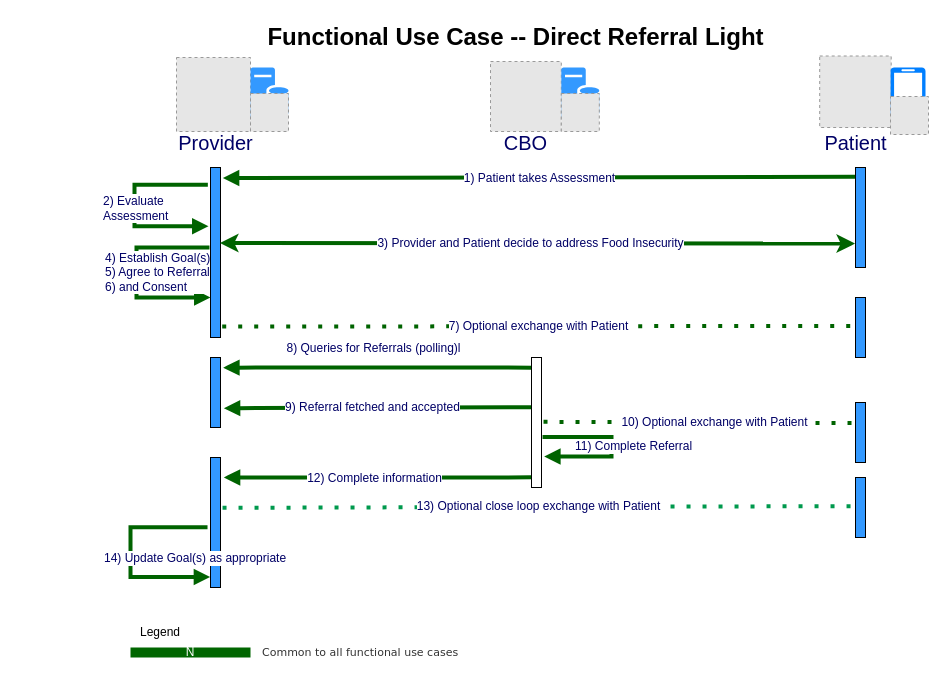
HL7/fhir-sdoh-clinicalcare keeps this draw.io diagram as Images Source/FunctionalUseCaseFlowDirectLightReferral3.drawio. Above is the earlier version. Source tidied: cells renumbered, new cells numbered last; positions are measured from the earlier drawing's top-left corner, leaving out a move shared by most shapes. Both pictures are drawn from the tidied source at 100%, with x=0, y=0 at pixel (130, 17). Pictures stored in the file or linked from it are replaced by grey dashed boxes.
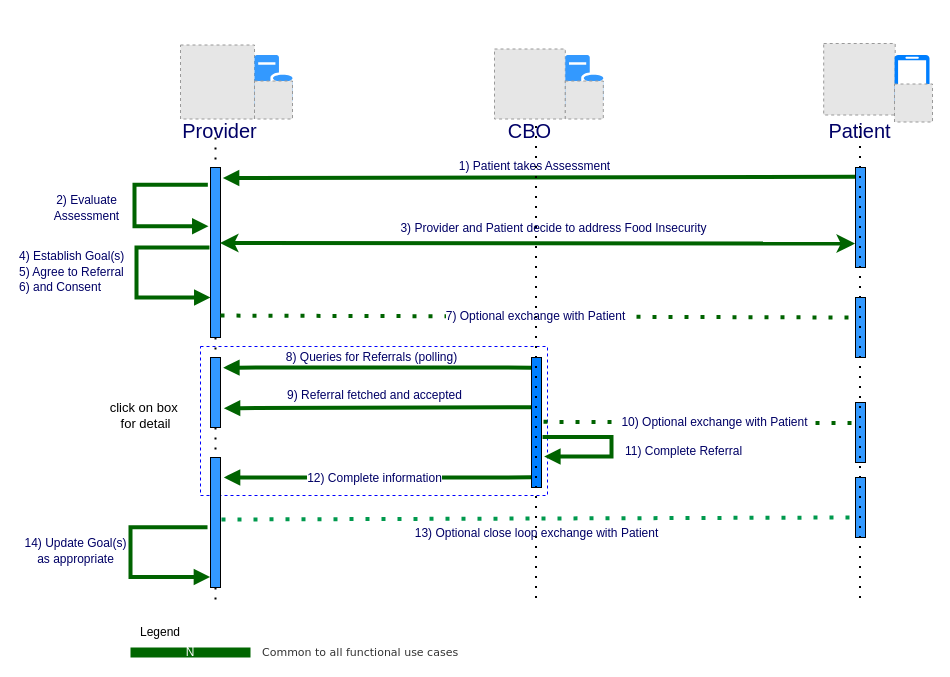
The same diagram, later.

Unchanged cells that the change refers to:
```xml
<mxCell id="4" style="html=1;points=[];perimeter=orthogonalPerimeter;fillColor=#3399FF;fontColor=#000066;" parent="1" vertex="1">
  <mxGeometry x="80" y="150" width="10" height="170" as="geometry" />
</mxCell>
<mxCell id="9" style="html=1;points=[];perimeter=orthogonalPerimeter;fillColor=#3399FF;fontColor=#000066;" parent="1" vertex="1">
  <mxGeometry x="725" y="150" width="10" height="100" as="geometry" />
</mxCell>
<mxCell id="18" style="html=1;points=[];perimeter=orthogonalPerimeter;fillColor=#3399FF;fontColor=#000066;" parent="1" vertex="1">
  <mxGeometry x="80" y="340" width="10" height="70" as="geometry" />
</mxCell>
<mxCell id="19" style="html=1;points=[];perimeter=orthogonalPerimeter;fillColor=#3399FF;fontColor=#000066;" parent="1" vertex="1">
  <mxGeometry x="80" y="440" width="10" height="130" as="geometry" />
</mxCell>
<mxCell id="23" style="html=1;points=[];perimeter=orthogonalPerimeter;fillColor=#3399FF;fontColor=#000066;" parent="1" vertex="1">
  <mxGeometry x="725" y="280" width="10" height="60" as="geometry" />
</mxCell>
<mxCell id="24" style="html=1;points=[];perimeter=orthogonalPerimeter;fillColor=#3399FF;fontColor=#000066;" parent="1" vertex="1">
  <mxGeometry x="725" y="460" width="10" height="60" as="geometry" />
</mxCell>
```

Diff of the diagram source:
```diff
@@
-    <mxCell id="2" value="Functional Use Case -- Direct Referral Light" style="text;strokeColor=none;fillColor=none;html=1;fontSize=24;fontStyle=1;verticalAlign=middle;align=center;" parent="1" vertex="1">
-      <mxGeometry x="120" width="530" height="40" as="geometry" />
-    </mxCell>
+    <mxCell id="41" style="endArrow=none;dashed=1;html=1;rounded=0;dashPattern=1 4;fontSize=13;strokeWidth=2;" parent="1" edge="1">
+      <mxGeometry relative="1" as="geometry">
+        <mxPoint x="85" y="582" as="sourcePoint" />
+        <mxPoint x="85" y="108" as="targetPoint" />
+      </mxGeometry>
+    </mxCell>
+    <mxCell id="42" style="rounded=0;whiteSpace=wrap;html=1;fontSize=13;strokeWidth=1;fillColor=none;dashed=1;strokeColor=#0000FF;" parent="1" vertex="1">
+      <mxGeometry x="70" y="329" width="347" height="149" as="geometry" />
+    </mxCell>
-    <mxCell id="3" value="2) Evaluate &lt;br style=&quot;font-size: 12px;&quot;&gt;Assessment" style="edgeStyle=orthogonalEdgeStyle;html=1;align=left;spacingLeft=2;endArrow=block;rounded=0;strokeColor=#006300;fontColor=#000066;exitX=-0.265;exitY=0.102;exitDx=0;exitDy=0;exitPerimeter=0;entryX=-0.2;entryY=0.346;entryDx=0;entryDy=0;entryPerimeter=0;fontSize=12;strokeWidth=4;" parent="1" edge="1" source="4" target="4">
+    <mxCell id="3" style="edgeStyle=orthogonalEdgeStyle;html=1;align=left;spacingLeft=2;endArrow=block;rounded=0;strokeColor=#006300;fontColor=#000066;exitX=-0.265;exitY=0.102;exitDx=0;exitDy=0;exitPerimeter=0;entryX=-0.2;entryY=0.346;entryDx=0;entryDy=0;entryPerimeter=0;fontSize=12;strokeWidth=4;" parent="1" edge="1" source="4" target="4">
       <mxGeometry x="0.03" y="-35" relative="1" as="geometry">
         <Array as="points">
           <mxPoint x="4" y="167" />
           <mxPoint x="4" y="209" />
         </Array>
       </mxGeometry>
     </mxCell>
@@
-    <mxCell id="5" value="&lt;span style=&quot;font-size: 12px&quot;&gt;1) Patient takes Assessment&lt;br style=&quot;font-size: 12px;&quot;&gt;&lt;/span&gt;" style="html=1;verticalAlign=bottom;endArrow=block;strokeColor=#006300;fontColor=#000066;entryX=1.237;entryY=0.062;entryDx=0;entryDy=0;entryPerimeter=0;exitX=-0.014;exitY=0.092;exitDx=0;exitDy=0;exitPerimeter=0;fontSize=12;strokeWidth=4;" parent="1" edge="1" source="9" target="4">
+    <mxCell id="5" value="&lt;span style=&quot;font-size: 12px&quot;&gt;&lt;br style=&quot;font-size: 12px;&quot;&gt;&lt;/span&gt;" style="html=1;verticalAlign=bottom;endArrow=block;strokeColor=#006300;fontColor=#000066;entryX=1.237;entryY=0.062;entryDx=0;entryDy=0;entryPerimeter=0;exitX=-0.014;exitY=0.092;exitDx=0;exitDy=0;exitPerimeter=0;fontSize=12;strokeWidth=4;" parent="1" edge="1" source="9" target="4">
       <mxGeometry y="10" relative="1" as="geometry" />
     </mxCell>
-    <mxCell id="6" value="&lt;span style=&quot;font-size: 12px&quot;&gt;8) Queries for Referrals (polling)l&lt;br style=&quot;font-size: 12px;&quot;&gt;&lt;/span&gt;" style="html=1;verticalAlign=bottom;endArrow=block;strokeColor=#006300;fontColor=#000066;entryX=1.269;entryY=0.145;entryDx=0;entryDy=0;entryPerimeter=0;exitX=0.059;exitY=0.078;exitDx=0;exitDy=0;exitPerimeter=0;fontSize=12;strokeWidth=4;" parent="1" edge="1" source="21" target="18">
-      <mxGeometry x="0.03" y="-10" relative="1" as="geometry">
+    <mxCell id="6" value="&lt;span style=&quot;font-size: 12px&quot;&gt;&lt;br style=&quot;font-size: 12px;&quot;&gt;&lt;/span&gt;" style="html=1;verticalAlign=bottom;endArrow=block;strokeColor=#006300;fontColor=#000066;entryX=1.269;entryY=0.145;entryDx=0;entryDy=0;entryPerimeter=0;exitX=0.059;exitY=0.078;exitDx=0;exitDy=0;exitPerimeter=0;fontSize=12;strokeWidth=4;" parent="1" edge="1" source="21" target="18">
+      <mxGeometry x="-0.15" y="-20" relative="1" as="geometry">
         <Array as="points">
           <mxPoint x="250" y="350" />
         </Array>
       </mxGeometry>
     </mxCell>
-    <mxCell id="7" value="&lt;span style=&quot;font-size: 12px&quot;&gt;9) Referral fetched and accepted&lt;/span&gt;" style="html=1;verticalAlign=bottom;endArrow=block;strokeColor=#006300;fontColor=#000066;entryX=1.335;entryY=0.724;entryDx=0;entryDy=0;entryPerimeter=0;exitX=0.027;exitY=0.382;exitDx=0;exitDy=0;exitPerimeter=0;fontSize=12;strokeWidth=4;" parent="1" edge="1" source="21" target="18">
+    <mxCell id="7" style="html=1;verticalAlign=bottom;endArrow=block;strokeColor=#006300;fontColor=#000066;entryX=1.335;entryY=0.724;entryDx=0;entryDy=0;entryPerimeter=0;exitX=0.027;exitY=0.382;exitDx=0;exitDy=0;exitPerimeter=0;fontSize=12;strokeWidth=4;" parent="1" edge="1" source="21" target="18">
       <mxGeometry x="0.03" y="9" relative="1" as="geometry" />
     </mxCell>
@@
-    <mxCell id="10" value="4) Establish Goal(s)&lt;br style=&quot;font-size: 12px;&quot;&gt;5) Agree to Referral&lt;br style=&quot;font-size: 12px;&quot;&gt;6) and Consent" style="edgeStyle=orthogonalEdgeStyle;html=1;align=left;spacingLeft=2;endArrow=block;rounded=0;strokeColor=#006300;fontColor=#000066;exitX=-0.102;exitY=0.471;exitDx=0;exitDy=0;exitPerimeter=0;entryX=0;entryY=0.765;entryDx=0;entryDy=0;entryPerimeter=0;fontSize=12;strokeWidth=4;" parent="1" edge="1" source="4" target="4">
+    <mxCell id="10" style="edgeStyle=orthogonalEdgeStyle;html=1;align=left;spacingLeft=2;endArrow=block;rounded=0;strokeColor=#006300;fontColor=#000066;exitX=-0.102;exitY=0.471;exitDx=0;exitDy=0;exitPerimeter=0;entryX=0;entryY=0.765;entryDx=0;entryDy=0;entryPerimeter=0;fontSize=12;strokeWidth=4;" parent="1" edge="1" source="4" target="4">
       <mxGeometry y="-35" relative="1" as="geometry">
         <Array as="points">
           <mxPoint x="6" y="230" />
           <mxPoint x="6" y="280" />
         </Array>
       </mxGeometry>
     </mxCell>
-    <mxCell id="11" value="3) Provider and Patient decide to address Food Insecurity" style="endArrow=classic;startArrow=classic;html=1;rounded=0;strokeColor=#006300;fontColor=#000066;exitX=0.943;exitY=0.444;exitDx=0;exitDy=0;exitPerimeter=0;entryX=-0.047;entryY=0.761;entryDx=0;entryDy=0;entryPerimeter=0;fontSize=12;strokeWidth=4;" parent="1" edge="1" source="4" target="9">
+    <mxCell id="11" style="endArrow=classic;startArrow=classic;html=1;rounded=0;strokeColor=#006300;fontColor=#000066;exitX=0.943;exitY=0.444;exitDx=0;exitDy=0;exitPerimeter=0;entryX=-0.047;entryY=0.761;entryDx=0;entryDy=0;entryPerimeter=0;fontSize=12;strokeWidth=4;" parent="1" edge="1" source="4" target="9">
       <mxGeometry x="-0.02" relative="1" as="geometry" />
     </mxCell>
-    <mxCell id="12" value="7) Optional exchange with Patient" style="endArrow=none;dashed=1;html=1;dashPattern=1 3;strokeWidth=4;rounded=0;strokeColor=#006300;fontColor=#000066;exitX=1.171;exitY=0.936;exitDx=0;exitDy=0;exitPerimeter=0;entryX=-0.047;entryY=0.473;entryDx=0;entryDy=0;entryPerimeter=0;fontSize=12;" parent="1" edge="1" source="4" target="23">
-      <mxGeometry relative="1" as="geometry" />
+    <mxCell id="12" value="7) Optional exchange with Patient" style="endArrow=none;dashed=1;html=1;dashPattern=1 3;strokeWidth=4;rounded=0;strokeColor=#006300;fontColor=#000066;exitX=1;exitY=0.871;exitDx=0;exitDy=0;exitPerimeter=0;fontSize=12;" parent="1" edge="1" source="4">
+      <mxGeometry relative="1" as="geometry">
+        <mxPoint x="720" y="300" as="targetPoint" />
+      </mxGeometry>
     </mxCell>
-    <mxCell id="13" value="13) Optional close loop exchange with Patient" style="endArrow=none;dashed=1;html=1;dashPattern=1 3;strokeWidth=4;rounded=0;strokeColor=#00994D;fontColor=#000066;exitX=1.204;exitY=0.387;exitDx=0;exitDy=0;exitPerimeter=0;entryX=-0.047;entryY=0.477;entryDx=0;entryDy=0;entryPerimeter=0;fontSize=12;" parent="1" edge="1" source="19" target="24">
-      <mxGeometry relative="1" as="geometry" />
+    <mxCell id="13" value="13) Optional close loop exchange with Patient" style="endArrow=none;dashed=1;html=1;dashPattern=1 3;strokeWidth=4;rounded=0;strokeColor=#00994D;fontColor=#000066;exitX=1.1;exitY=0.477;exitDx=0;exitDy=0;exitPerimeter=0;fontSize=12;" parent="1" edge="1" source="19">
+      <mxGeometry y="-15" relative="1" as="geometry">
+        <mxPoint x="720" y="500" as="targetPoint" />
+      </mxGeometry>
     </mxCell>
@@
-    <mxCell id="20" value="14) Update Goal(s) as appropriate" style="edgeStyle=orthogonalEdgeStyle;html=1;align=left;spacingLeft=2;endArrow=block;rounded=0;strokeColor=#006300;fontColor=#000066;exitX=-0.298;exitY=0.537;exitDx=0;exitDy=0;exitPerimeter=0;entryX=-0.037;entryY=0.919;entryDx=0;entryDy=0;entryPerimeter=0;fontSize=12;strokeWidth=4;" parent="1" edge="1" source="19" target="19">
+    <mxCell id="20" style="edgeStyle=orthogonalEdgeStyle;html=1;align=left;spacingLeft=2;endArrow=block;rounded=0;strokeColor=#006300;fontColor=#000066;exitX=-0.298;exitY=0.537;exitDx=0;exitDy=0;exitPerimeter=0;entryX=-0.037;entryY=0.919;entryDx=0;entryDy=0;entryPerimeter=0;fontSize=12;strokeWidth=4;" parent="1" edge="1" source="19" target="19">
       <mxGeometry x="0.05" y="-30" relative="1" as="geometry">
         <Array as="points">
           <mxPoint y="510" />
           <mxPoint y="560" />
         </Array>
       </mxGeometry>
     </mxCell>
-    <mxCell id="21" style="html=1;points=[];perimeter=orthogonalPerimeter;fontColor=#000066;" parent="1" vertex="1">
+    <mxCell id="21" style="html=1;points=[];perimeter=orthogonalPerimeter;fontColor=#000066;fillColor=#007FFF;" parent="1" vertex="1">
       <mxGeometry x="401" y="340" width="10" height="130" as="geometry" />
     </mxCell>
-    <mxCell id="22" value="11) Complete Referral" style="edgeStyle=orthogonalEdgeStyle;html=1;align=left;spacingLeft=2;endArrow=block;rounded=0;strokeColor=#006300;fontColor=#000066;entryX=1.267;entryY=0.762;entryDx=0;entryDy=0;entryPerimeter=0;exitX=1.104;exitY=0.611;exitDx=0;exitDy=0;exitPerimeter=0;fontSize=12;strokeWidth=4;" parent="1" edge="1" source="21" target="21">
+    <mxCell id="22" style="edgeStyle=orthogonalEdgeStyle;html=1;align=left;spacingLeft=2;endArrow=block;rounded=0;strokeColor=#006300;fontColor=#000066;entryX=1.267;entryY=0.762;entryDx=0;entryDy=0;entryPerimeter=0;exitX=1.104;exitY=0.611;exitDx=0;exitDy=0;exitPerimeter=0;fontSize=12;strokeWidth=4;" parent="1" edge="1" source="21" target="21">
       <mxGeometry x="-0.63" y="-10" relative="1" as="geometry">
         <Array as="points">
           <mxPoint x="481" y="419" />
           <mxPoint x="481" y="439" />
         </Array>
       </mxGeometry>
     </mxCell>
@@
     <mxCell id="26" style="fillColor=#E6E6E6;strokeColor=#999999;dashed=1;verticalLabelPosition=bottom;verticalAlign=top;fontSize=20;fontColor=#000066;" parent="1" vertex="1">
-      <mxGeometry x="46" y="40" width="74" height="74" as="geometry" />
+      <mxGeometry x="50" y="27.5" width="74" height="74" as="geometry" />
     </mxCell>
     <mxCell id="27" style="fillColor=#E6E6E6;strokeColor=#999999;dashed=1;verticalLabelPosition=bottom;labelBackgroundColor=default;verticalAlign=top;fontColor=#000066;" parent="1" vertex="1">
-      <mxGeometry x="360" y="44" width="70.8" height="70" as="geometry" />
+      <mxGeometry x="364" y="31.5" width="70.8" height="70" as="geometry" />
     </mxCell>
     <mxCell id="28" style="fillColor=#E6E6E6;strokeColor=#999999;dashed=1;verticalLabelPosition=bottom;labelBackgroundColor=default;verticalAlign=top;fontColor=#000066;" parent="1" vertex="1">
-      <mxGeometry x="689.2" y="38.5" width="71.5" height="71.5" as="geometry" />
+      <mxGeometry x="693.2" y="26" width="71.5" height="71.5" as="geometry" />
     </mxCell>
     <mxCell id="29" value="Provider" style="text;html=1;align=center;verticalAlign=middle;fillColor=none;strokeColor=none;rounded=0;fontSize=20;fontColor=#000066;" parent="1" vertex="1">
-      <mxGeometry x="40" y="110" width="90" height="30" as="geometry" />
+      <mxGeometry x="44" y="97.5" width="90" height="30" as="geometry" />
     </mxCell>
     <mxCell id="30" value="CBO" style="text;html=1;align=center;verticalAlign=middle;fillColor=none;strokeColor=none;rounded=0;fontSize=20;fontColor=#000066;" parent="1" vertex="1">
-      <mxGeometry x="365.4" y="110" width="60" height="30" as="geometry" />
+      <mxGeometry x="369.4" y="97.5" width="60" height="30" as="geometry" />
     </mxCell>
     <mxCell id="31" value="Patient" style="text;html=1;align=center;verticalAlign=middle;fillColor=none;strokeColor=none;rounded=0;fontSize=20;fontColor=#000066;" parent="1" vertex="1">
-      <mxGeometry x="685" y="110" width="80" height="30" as="geometry" />
+      <mxGeometry x="689" y="97.5" width="80" height="30" as="geometry" />
     </mxCell>
     <mxCell id="32" style="group;" parent="1" vertex="1">
-      <mxGeometry x="120" y="50" width="38" height="64" as="geometry" />
+      <mxGeometry x="124" y="37.5" width="38" height="64" as="geometry" />
     </mxCell>
@@
     <mxCell id="35" style="group;" parent="1" vertex="1">
-      <mxGeometry x="430.8" y="50" width="38" height="64" as="geometry" />
+      <mxGeometry x="434.8" y="37.5" width="38" height="64" as="geometry" />
     </mxCell>
@@
     <mxCell id="38" style="group;" parent="1" vertex="1">
-      <mxGeometry x="760" y="50" width="38" height="67" as="geometry" />
+      <mxGeometry x="764" y="37.5" width="38" height="67" as="geometry" />
     </mxCell>
@@
+    <mxCell id="43" value="&lt;span style=&quot;color: rgb(0, 0, 102); font-size: 12px; background-color: rgb(255, 255, 255);&quot;&gt;8) Queries for Referrals (polling)&lt;/span&gt;" style="text;html=1;align=center;verticalAlign=middle;strokeColor=none;fillColor=none;fontSize=13;" parent="1" vertex="1">
+      <mxGeometry x="146" y="329" width="190" height="20" as="geometry" />
+    </mxCell>
+    <mxCell id="44" value="&lt;span style=&quot;color: rgb(0, 0, 102); font-size: 12px; background-color: rgb(255, 255, 255);&quot;&gt;9) Referral fetched and accepted&lt;/span&gt;" style="text;html=1;align=center;verticalAlign=middle;strokeColor=none;fillColor=none;fontSize=13;" parent="1" vertex="1">
+      <mxGeometry x="151" y="367" width="185" height="20" as="geometry" />
+    </mxCell>
+    <mxCell id="45" value="&lt;span style=&quot;color: rgb(0, 0, 102); font-size: 12px; text-align: left; background-color: rgb(255, 255, 255);&quot;&gt;11) Complete Referral&lt;/span&gt;" style="text;html=1;align=center;verticalAlign=middle;strokeColor=none;fillColor=none;fontSize=13;" parent="1" vertex="1">
+      <mxGeometry x="489" y="423" width="127" height="20" as="geometry" />
+    </mxCell>
+    <mxCell id="46" value="&lt;span style=&quot;color: rgb(0, 0, 102); font-size: 12px; background-color: rgb(255, 255, 255);&quot;&gt;3) Provider and Patient decide to address Food Insecurity&lt;/span&gt;" style="text;html=1;align=center;verticalAlign=middle;strokeColor=none;fillColor=none;fontSize=13;" parent="1" vertex="1">
+      <mxGeometry x="265" y="200" width="316" height="20" as="geometry" />
+    </mxCell>
+    <mxCell id="47" value="&lt;span style=&quot;color: rgb(0, 0, 102); font-size: 12px; background-color: rgb(255, 255, 255);&quot;&gt;1) Patient takes Assessment&lt;/span&gt;" style="text;html=1;align=center;verticalAlign=middle;strokeColor=none;fillColor=none;fontSize=13;" parent="1" vertex="1">
+      <mxGeometry x="323" y="138" width="161" height="20" as="geometry" />
+    </mxCell>
+    <mxCell id="48" style="endArrow=none;dashed=1;html=1;rounded=0;dashPattern=1 4;fontSize=13;strokeWidth=2;" parent="1" edge="1">
+      <mxGeometry relative="1" as="geometry">
+        <mxPoint x="405.5" y="580.5" as="sourcePoint" />
+        <mxPoint x="405.5" y="106.5" as="targetPoint" />
+      </mxGeometry>
+    </mxCell>
+    <mxCell id="49" style="endArrow=none;dashed=1;html=1;rounded=0;dashPattern=1 4;fontSize=13;strokeWidth=2;" parent="1" edge="1">
+      <mxGeometry relative="1" as="geometry">
+        <mxPoint x="729.5" y="580.5" as="sourcePoint" />
+        <mxPoint x="729.5" y="106.5" as="targetPoint" />
+      </mxGeometry>
+    </mxCell>
+    <mxCell id="50" value="&lt;span style=&quot;color: rgb(0, 0, 102); font-size: 12px; text-align: left; background-color: rgb(255, 255, 255);&quot;&gt;2) Evaluate&lt;/span&gt;&lt;br style=&quot;color: rgb(0, 0, 102); font-size: 12px; text-align: left;&quot;&gt;&lt;span style=&quot;color: rgb(0, 0, 102); font-size: 12px; text-align: left; background-color: rgb(255, 255, 255);&quot;&gt;Assessment&lt;/span&gt;" style="text;html=1;align=center;verticalAlign=middle;strokeColor=none;fillColor=none;fontSize=13;" parent="1" vertex="1">
+      <mxGeometry x="-82" y="172" width="75" height="36" as="geometry" />
+    </mxCell>
+    <mxCell id="51" value="&lt;span style=&quot;color: rgb(0, 0, 102); font-size: 12px; background-color: rgb(255, 255, 255);&quot;&gt;4) Establish Goal(s)&lt;/span&gt;&lt;br style=&quot;color: rgb(0, 0, 102); font-size: 12px;&quot;&gt;&lt;span style=&quot;color: rgb(0, 0, 102); font-size: 12px; background-color: rgb(255, 255, 255);&quot;&gt;5) Agree to Referral&lt;/span&gt;&lt;br style=&quot;color: rgb(0, 0, 102); font-size: 12px;&quot;&gt;&lt;span style=&quot;color: rgb(0, 0, 102); font-size: 12px; background-color: rgb(255, 255, 255);&quot;&gt;6) and Consent&lt;/span&gt;" style="text;html=1;align=left;verticalAlign=middle;strokeColor=none;fillColor=none;fontSize=13;" parent="1" vertex="1">
+      <mxGeometry x="-113" y="228" width="115" height="52" as="geometry" />
+    </mxCell>
+    <mxCell id="52" value="&lt;span style=&quot;color: rgb(0, 0, 102); font-size: 12px; text-align: left; background-color: rgb(255, 255, 255);&quot;&gt;14) Update Goal(s) &lt;br&gt;as appropriate&lt;/span&gt;" style="text;html=1;align=center;verticalAlign=middle;strokeColor=none;fillColor=none;fontSize=13;" parent="1" vertex="1">
+      <mxGeometry x="-111.5" y="515" width="112" height="36" as="geometry" />
+    </mxCell>
+    <mxCell id="53" value="click on box&amp;nbsp;&lt;br&gt;for detail" style="text;html=1;align=center;verticalAlign=middle;strokeColor=none;fillColor=none;fontSize=13;" parent="1" vertex="1">
+      <mxGeometry x="-26" y="380" width="82" height="36" as="geometry" />
+    </mxCell>
```
